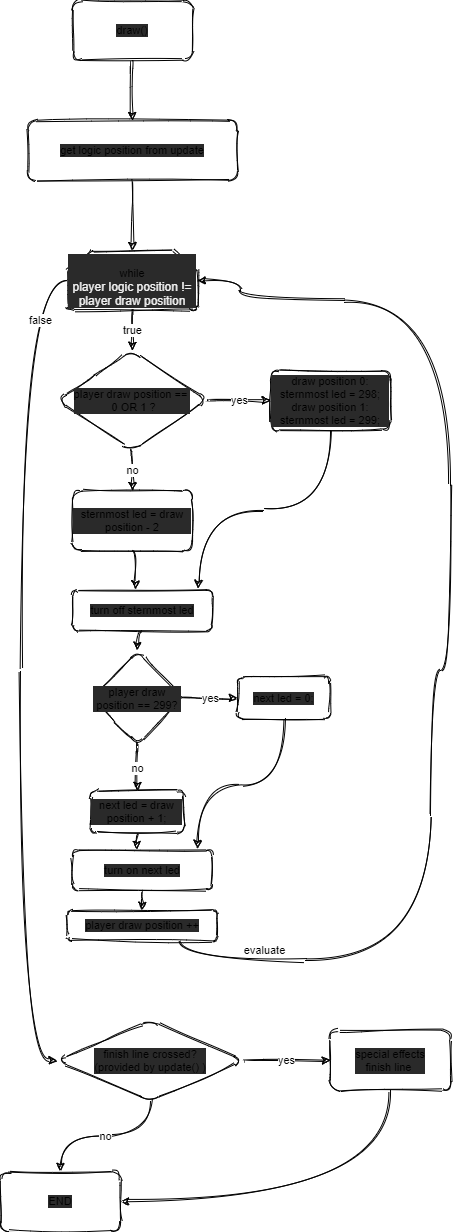
The draw.io diagram Doku/Diagramme/function_drawV2.png in cptwtf/ledrace, before a commit. Source tidied: cells renumbered, new cells last; positions are measured from the earlier drawing's top-left corner, leaving out a move shared by most shapes.
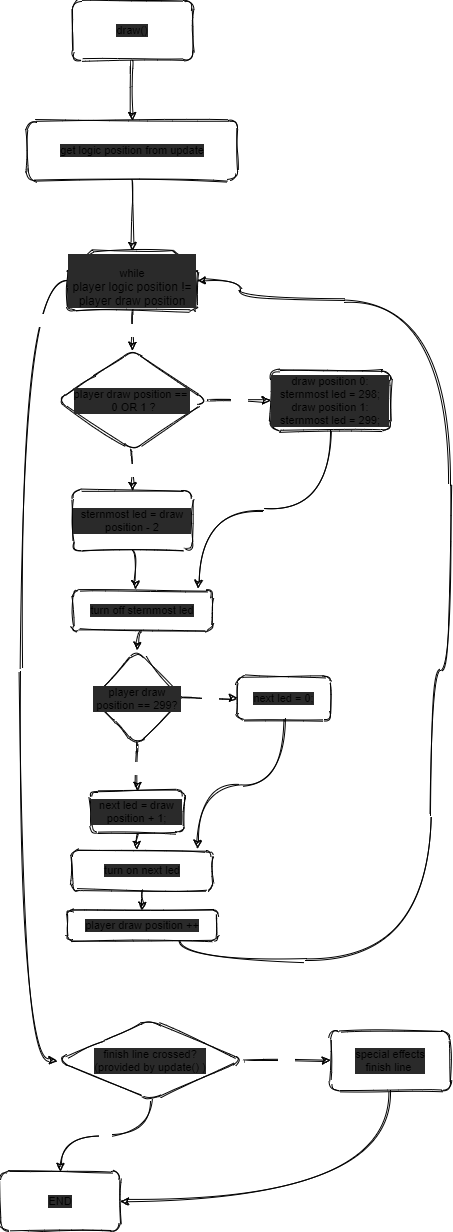
After the change.

The edit, as a diff of the source:
```diff
@@ -2,37 +2,37 @@
   <root>
     <mxCell id="0" />
     <mxCell id="1" parent="0" />
-    <mxCell id="2" style="edgeStyle=orthogonalEdgeStyle;curved=1;rounded=1;sketch=1;jettySize=auto;html=1;entryX=0.5;entryY=0;entryDx=0;entryDy=0;shadow=0;" parent="1" edge="1" source="3" target="5">
+    <mxCell id="2" style="edgeStyle=orthogonalEdgeStyle;curved=1;rounded=1;sketch=1;jettySize=auto;html=1;entryX=0.5;entryY=0;entryDx=0;entryDy=0;shadow=0;fontColor=#FFFFFF;fillColor=none;" parent="1" edge="1" source="3" target="5">
       <mxGeometry relative="1" as="geometry" />
     </mxCell>
-    <mxCell id="3" value="draw()" style="rounded=1;whiteSpace=wrap;html=1;shadow=0;sketch=1;fontSize=11;labelBackgroundColor=#2a2a2a;endArrow=classic;" parent="1" vertex="1">
+    <mxCell id="3" value="draw()" style="rounded=1;whiteSpace=wrap;html=1;shadow=0;sketch=1;fontSize=11;labelBackgroundColor=#2a2a2a;endArrow=classic;fillColor=none;" parent="1" vertex="1">
       <mxGeometry x="71.9" width="120" height="60" as="geometry" />
     </mxCell>
-    <mxCell id="4" style="edgeStyle=orthogonalEdgeStyle;curved=1;rounded=1;sketch=1;jettySize=auto;html=1;exitX=0.5;exitY=1;exitDx=0;exitDy=0;shadow=0;entryX=0.5;entryY=0;entryDx=0;entryDy=0;entryPerimeter=0;" parent="1" edge="1" source="5" target="13">
+    <mxCell id="4" style="edgeStyle=orthogonalEdgeStyle;curved=1;rounded=1;sketch=1;jettySize=auto;html=1;exitX=0.5;exitY=1;exitDx=0;exitDy=0;shadow=0;entryX=0.5;entryY=0;entryDx=0;entryDy=0;entryPerimeter=0;fontColor=#FFFFFF;fillColor=none;" parent="1" edge="1" source="5" target="13">
       <mxGeometry relative="1" as="geometry" />
     </mxCell>
-    <mxCell id="5" value="get logic position from update" style="rounded=1;whiteSpace=wrap;html=1;shadow=0;sketch=1;fontSize=11;labelBackgroundColor=#2a2a2a;endArrow=classic;" parent="1" vertex="1">
+    <mxCell id="5" value="get logic position from update" style="rounded=1;whiteSpace=wrap;html=1;shadow=0;sketch=1;fontSize=11;labelBackgroundColor=#2a2a2a;endArrow=classic;fillColor=none;" parent="1" vertex="1">
       <mxGeometry x="26.9" y="120" width="210" height="60" as="geometry" />
     </mxCell>
-    <mxCell id="6" value="yes" style="edgeStyle=orthogonalEdgeStyle;curved=1;rounded=1;sketch=1;jettySize=auto;html=1;exitX=1;exitY=0.5;exitDx=0;exitDy=0;entryX=0;entryY=0.5;entryDx=0;entryDy=0;shadow=0;" parent="1" edge="1" source="8" target="10">
+    <mxCell id="6" value="yes" style="edgeStyle=orthogonalEdgeStyle;curved=1;rounded=1;sketch=1;jettySize=auto;html=1;exitX=1;exitY=0.5;exitDx=0;exitDy=0;entryX=0;entryY=0.5;entryDx=0;entryDy=0;shadow=0;fontColor=#FFFFFF;fillColor=none;" parent="1" edge="1" source="8" target="10">
       <mxGeometry relative="1" as="geometry" />
     </mxCell>
-    <mxCell id="7" value="no" style="edgeStyle=orthogonalEdgeStyle;curved=1;rounded=1;sketch=1;jettySize=auto;html=1;exitX=0.5;exitY=1;exitDx=0;exitDy=0;shadow=0;entryX=0.5;entryY=0;entryDx=0;entryDy=0;" parent="1" edge="1" source="8" target="11">
+    <mxCell id="7" value="no" style="edgeStyle=orthogonalEdgeStyle;curved=1;rounded=1;sketch=1;jettySize=auto;html=1;exitX=0.5;exitY=1;exitDx=0;exitDy=0;shadow=0;entryX=0.5;entryY=0;entryDx=0;entryDy=0;fontColor=#FFFFFF;fillColor=none;" parent="1" edge="1" source="8" target="11">
       <mxGeometry relative="1" as="geometry" />
     </mxCell>
-    <mxCell id="8" value="finish line crossed?&lt;br&gt;(provided by update() )" style="rhombus;whiteSpace=wrap;html=1;rounded=1;shadow=0;sketch=1;fontSize=11;labelBackgroundColor=#2a2a2a;endArrow=classic;" parent="1" vertex="1">
+    <mxCell id="8" value="finish line crossed?&lt;br&gt;(provided by update() )" style="rhombus;whiteSpace=wrap;html=1;rounded=1;shadow=0;sketch=1;fontSize=11;labelBackgroundColor=#2a2a2a;endArrow=classic;fillColor=none;" parent="1" vertex="1">
       <mxGeometry x="56.9" y="1020" width="186.2" height="80" as="geometry" />
     </mxCell>
-    <mxCell id="9" style="edgeStyle=orthogonalEdgeStyle;curved=1;rounded=1;sketch=1;jettySize=auto;html=1;exitX=0.5;exitY=1;exitDx=0;exitDy=0;entryX=1;entryY=0.5;entryDx=0;entryDy=0;shadow=0;" parent="1" edge="1" source="10" target="11">
+    <mxCell id="9" style="edgeStyle=orthogonalEdgeStyle;curved=1;rounded=1;sketch=1;jettySize=auto;html=1;exitX=0.5;exitY=1;exitDx=0;exitDy=0;entryX=1;entryY=0.5;entryDx=0;entryDy=0;shadow=0;fontColor=#FFFFFF;fillColor=none;" parent="1" edge="1" source="10" target="11">
       <mxGeometry relative="1" as="geometry" />
     </mxCell>
-    <mxCell id="10" value="special effects&lt;br&gt;finish line&amp;nbsp;" style="rounded=1;whiteSpace=wrap;html=1;shadow=0;sketch=1;fontSize=11;labelBackgroundColor=#2a2a2a;endArrow=classic;" parent="1" vertex="1">
+    <mxCell id="10" value="special effects&lt;br&gt;finish line&amp;nbsp;" style="rounded=1;whiteSpace=wrap;html=1;shadow=0;sketch=1;fontSize=11;labelBackgroundColor=#2a2a2a;endArrow=classic;fillColor=none;" parent="1" vertex="1">
       <mxGeometry x="330" y="1030" width="120" height="60" as="geometry" />
     </mxCell>
-    <mxCell id="11" value="END" style="rounded=1;whiteSpace=wrap;html=1;shadow=0;sketch=1;fontSize=11;labelBackgroundColor=#2a2a2a;endArrow=classic;" parent="1" vertex="1">
+    <mxCell id="11" value="END" style="rounded=1;whiteSpace=wrap;html=1;shadow=0;sketch=1;fontSize=11;labelBackgroundColor=#2a2a2a;endArrow=classic;fillColor=none;" parent="1" vertex="1">
       <mxGeometry y="1171" width="120" height="60" as="geometry" />
     </mxCell>
-    <mxCell id="12" value="false" style="edgeStyle=orthogonalEdgeStyle;curved=1;sketch=1;jettySize=auto;html=1;exitX=0;exitY=0.5;exitDx=0;exitDy=0;exitPerimeter=0;entryX=0;entryY=0.5;entryDx=0;entryDy=0;shadow=0;" parent="1" edge="1" source="13" target="8">
+    <mxCell id="12" value="false" style="edgeStyle=orthogonalEdgeStyle;curved=1;sketch=1;jettySize=auto;html=1;exitX=0;exitY=0.5;exitDx=0;exitDy=0;exitPerimeter=0;entryX=0;entryY=0.5;entryDx=0;entryDy=0;shadow=0;fontColor=#FFFFFF;fillColor=none;" parent="1" edge="1" source="13" target="8">
       <mxGeometry x="-0.8" y="20" relative="1" as="geometry">
         <Array as="points">
           <mxPoint x="20" y="280" />
@@ -40,10 +40,10 @@
         </Array>
       </mxGeometry>
     </mxCell>
-    <mxCell id="13" value="&lt;br&gt;while&lt;br&gt;&lt;span style=&quot;color: rgb(240 , 240 , 240) ; font-family: &amp;#34;helvetica&amp;#34; ; font-size: 12px ; font-style: normal ; font-weight: 400 ; letter-spacing: normal ; text-align: center ; text-indent: 0px ; text-transform: none ; word-spacing: 0px ; background-color: rgb(42 , 42 , 42) ; display: inline ; float: none&quot;&gt;player logic position != player draw position&lt;/span&gt;" style="html=1;shape=mxgraph.flowchart.loop_limit;whiteSpace=wrap;rounded=1;shadow=0;fontSize=11;labelBackgroundColor=#2a2a2a;endArrow=classic;sketch=1;" parent="1" vertex="1">
+    <mxCell id="13" value="&lt;br&gt;while&lt;br&gt;&lt;span style=&quot;font-family: helvetica; font-size: 12px; font-style: normal; font-weight: 400; letter-spacing: normal; text-align: center; text-indent: 0px; text-transform: none; word-spacing: 0px; background-color: rgb(42, 42, 42); display: inline; float: none;&quot;&gt;player logic position != player draw position&lt;/span&gt;" style="html=1;shape=mxgraph.flowchart.loop_limit;whiteSpace=wrap;rounded=1;shadow=0;fontSize=11;labelBackgroundColor=#2a2a2a;endArrow=classic;sketch=1;fillColor=none;" parent="1" vertex="1">
       <mxGeometry x="66.9" y="250" width="130" height="60" as="geometry" />
     </mxCell>
-    <mxCell id="14" value="evaluate" style="edgeStyle=orthogonalEdgeStyle;curved=1;sketch=1;jettySize=auto;html=1;entryX=1;entryY=0.5;entryDx=0;entryDy=0;entryPerimeter=0;shadow=0;exitX=0.75;exitY=1;exitDx=0;exitDy=0;" parent="1" edge="1" source="34" target="13">
+    <mxCell id="14" value="evaluate" style="edgeStyle=orthogonalEdgeStyle;curved=1;sketch=1;jettySize=auto;html=1;entryX=1;entryY=0.5;entryDx=0;entryDy=0;entryPerimeter=0;shadow=0;exitX=0.75;exitY=1;exitDx=0;exitDy=0;fontColor=#FFFFFF;fillColor=none;" parent="1" edge="1" source="34" target="13">
       <mxGeometry x="-0.83" y="10" relative="1" as="geometry">
         <Array as="points">
           <mxPoint x="179" y="960" />
@@ -56,64 +56,64 @@
         </Array>
       </mxGeometry>
     </mxCell>
-    <mxCell id="15" style="edgeStyle=orthogonalEdgeStyle;curved=1;sketch=1;jettySize=auto;html=1;exitX=0.5;exitY=1;exitDx=0;exitDy=0;entryX=1;entryY=0.5;entryDx=0;entryDy=0;shadow=0;" parent="1" edge="1" source="16" target="27">
+    <mxCell id="15" style="edgeStyle=orthogonalEdgeStyle;curved=1;sketch=1;jettySize=auto;html=1;exitX=0.5;exitY=1;exitDx=0;exitDy=0;entryX=1;entryY=0.5;entryDx=0;entryDy=0;shadow=0;fontColor=#FFFFFF;fillColor=none;" parent="1" edge="1" source="16" target="27">
       <mxGeometry relative="1" as="geometry" />
     </mxCell>
-    <mxCell id="16" value="turn off sternmost led" style="rounded=1;whiteSpace=wrap;html=1;shadow=0;fontSize=11;labelBackgroundColor=#2a2a2a;endArrow=classic;sketch=1;" parent="1" vertex="1">
+    <mxCell id="16" value="turn off sternmost led" style="rounded=1;whiteSpace=wrap;html=1;shadow=0;fontSize=11;labelBackgroundColor=#2a2a2a;endArrow=classic;sketch=1;fillColor=none;" parent="1" vertex="1">
       <mxGeometry x="71.9" y="590" width="140" height="40" as="geometry" />
     </mxCell>
-    <mxCell id="17" value="yes" style="edgeStyle=orthogonalEdgeStyle;curved=1;sketch=1;jettySize=auto;html=1;exitX=1;exitY=0.5;exitDx=0;exitDy=0;entryX=0;entryY=0.5;entryDx=0;entryDy=0;shadow=0;" parent="1" edge="1" source="18" target="24">
+    <mxCell id="17" value="yes" style="edgeStyle=orthogonalEdgeStyle;curved=1;sketch=1;jettySize=auto;html=1;exitX=1;exitY=0.5;exitDx=0;exitDy=0;entryX=0;entryY=0.5;entryDx=0;entryDy=0;shadow=0;fontColor=#FFFFFF;fillColor=none;" parent="1" edge="1" source="18" target="24">
       <mxGeometry relative="1" as="geometry" />
     </mxCell>
-    <mxCell id="18" value="player draw position ==&amp;nbsp;&lt;br&gt;&amp;nbsp;0 OR 1 ?" style="rhombus;whiteSpace=wrap;html=1;rounded=1;shadow=0;fontSize=11;labelBackgroundColor=#2a2a2a;endArrow=classic;sketch=1;" parent="1" vertex="1">
+    <mxCell id="18" value="player draw position ==&amp;nbsp;&lt;br&gt;&amp;nbsp;0 OR 1 ?" style="rhombus;whiteSpace=wrap;html=1;rounded=1;shadow=0;fontSize=11;labelBackgroundColor=#2a2a2a;endArrow=classic;sketch=1;fillColor=none;" parent="1" vertex="1">
       <mxGeometry x="56.9" y="350" width="150" height="100" as="geometry" />
     </mxCell>
-    <mxCell id="19" value="true" style="edgeStyle=orthogonalEdgeStyle;curved=1;sketch=1;jettySize=auto;html=1;exitX=0.5;exitY=1;exitDx=0;exitDy=0;exitPerimeter=0;entryX=0.5;entryY=0;entryDx=0;entryDy=0;shadow=0;" parent="1" edge="1" source="13" target="18">
+    <mxCell id="19" value="true" style="edgeStyle=orthogonalEdgeStyle;curved=1;sketch=1;jettySize=auto;html=1;exitX=0.5;exitY=1;exitDx=0;exitDy=0;exitPerimeter=0;entryX=0.5;entryY=0;entryDx=0;entryDy=0;shadow=0;fontColor=#FFFFFF;fillColor=none;" parent="1" edge="1" source="13" target="18">
       <mxGeometry relative="1" as="geometry" />
     </mxCell>
-    <mxCell id="20" style="edgeStyle=orthogonalEdgeStyle;curved=1;sketch=1;jettySize=auto;html=1;exitX=0.5;exitY=1;exitDx=0;exitDy=0;entryX=0.452;entryY=-0.033;entryDx=0;entryDy=0;entryPerimeter=0;shadow=0;" parent="1" edge="1" source="21" target="16">
+    <mxCell id="20" style="edgeStyle=orthogonalEdgeStyle;curved=1;sketch=1;jettySize=auto;html=1;exitX=0.5;exitY=1;exitDx=0;exitDy=0;entryX=0.452;entryY=-0.033;entryDx=0;entryDy=0;entryPerimeter=0;shadow=0;fontColor=#FFFFFF;fillColor=none;" parent="1" edge="1" source="21" target="16">
       <mxGeometry relative="1" as="geometry" />
     </mxCell>
-    <mxCell id="21" value="sternmost led = draw position - 2" style="rounded=1;whiteSpace=wrap;html=1;shadow=0;fontSize=11;labelBackgroundColor=#2a2a2a;endArrow=classic;sketch=1;" parent="1" vertex="1">
+    <mxCell id="21" value="sternmost led = draw position - 2" style="rounded=1;whiteSpace=wrap;html=1;shadow=0;fontSize=11;labelBackgroundColor=#2a2a2a;endArrow=classic;sketch=1;fillColor=none;" parent="1" vertex="1">
       <mxGeometry x="71.9" y="490" width="120" height="60" as="geometry" />
     </mxCell>
-    <mxCell id="22" value="no" style="edgeStyle=orthogonalEdgeStyle;curved=1;sketch=1;jettySize=auto;html=1;exitX=0.5;exitY=1;exitDx=0;exitDy=0;exitPerimeter=0;entryX=0.5;entryY=0;entryDx=0;entryDy=0;shadow=0;" parent="1" edge="1" source="18" target="21">
+    <mxCell id="22" value="no" style="edgeStyle=orthogonalEdgeStyle;curved=1;sketch=1;jettySize=auto;html=1;exitX=0.5;exitY=1;exitDx=0;exitDy=0;exitPerimeter=0;entryX=0.5;entryY=0;entryDx=0;entryDy=0;shadow=0;fontColor=#FFFFFF;fillColor=none;" parent="1" edge="1" source="18" target="21">
       <mxGeometry relative="1" as="geometry" />
     </mxCell>
-    <mxCell id="23" style="edgeStyle=orthogonalEdgeStyle;curved=1;sketch=1;jettySize=auto;html=1;exitX=0.5;exitY=1;exitDx=0;exitDy=0;entryX=0.9;entryY=-0.05;entryDx=0;entryDy=0;entryPerimeter=0;shadow=0;" parent="1" edge="1" source="24" target="16">
+    <mxCell id="23" style="edgeStyle=orthogonalEdgeStyle;curved=1;sketch=1;jettySize=auto;html=1;exitX=0.5;exitY=1;exitDx=0;exitDy=0;entryX=0.9;entryY=-0.05;entryDx=0;entryDy=0;entryPerimeter=0;shadow=0;fontColor=#FFFFFF;fillColor=none;" parent="1" edge="1" source="24" target="16">
       <mxGeometry relative="1" as="geometry" />
     </mxCell>
-    <mxCell id="24" value="draw position 0: sternmost led = 298;&lt;br&gt;draw position 1:&lt;br&gt;sternmost led = 299;" style="rounded=1;whiteSpace=wrap;html=1;shadow=0;fontSize=11;labelBackgroundColor=#2a2a2a;endArrow=classic;sketch=1;" parent="1" vertex="1">
+    <mxCell id="24" value="draw position 0: sternmost led = 298;&lt;br&gt;draw position 1:&lt;br&gt;sternmost led = 299;" style="rounded=1;whiteSpace=wrap;html=1;shadow=0;fontSize=11;labelBackgroundColor=#2a2a2a;endArrow=classic;sketch=1;fillColor=none;" parent="1" vertex="1">
       <mxGeometry x="270" y="370" width="120" height="60" as="geometry" />
     </mxCell>
-    <mxCell id="25" value="yes" style="edgeStyle=orthogonalEdgeStyle;curved=1;sketch=1;jettySize=auto;html=1;exitX=0.5;exitY=1;exitDx=0;exitDy=0;shadow=0;entryX=0;entryY=0.5;entryDx=0;entryDy=0;" parent="1" edge="1" source="27" target="29">
+    <mxCell id="25" value="yes" style="edgeStyle=orthogonalEdgeStyle;curved=1;sketch=1;jettySize=auto;html=1;exitX=0.5;exitY=1;exitDx=0;exitDy=0;shadow=0;entryX=0;entryY=0.5;entryDx=0;entryDy=0;fontColor=#FFFFFF;fillColor=none;" parent="1" edge="1" source="27" target="29">
       <mxGeometry relative="1" as="geometry" />
     </mxCell>
-    <mxCell id="26" value="no" style="edgeStyle=orthogonalEdgeStyle;curved=1;sketch=1;jettySize=auto;html=1;exitX=0;exitY=0.5;exitDx=0;exitDy=0;shadow=0;entryX=0.5;entryY=0;entryDx=0;entryDy=0;" parent="1" edge="1" source="27" target="31">
+    <mxCell id="26" value="no" style="edgeStyle=orthogonalEdgeStyle;curved=1;sketch=1;jettySize=auto;html=1;exitX=0;exitY=0.5;exitDx=0;exitDy=0;shadow=0;entryX=0.5;entryY=0;entryDx=0;entryDy=0;fontColor=#FFFFFF;fillColor=none;" parent="1" edge="1" source="27" target="31">
       <mxGeometry relative="1" as="geometry" />
     </mxCell>
-    <mxCell id="27" value="player draw position == 299?" style="rhombus;whiteSpace=wrap;html=1;direction=north;rounded=1;shadow=0;fontSize=11;labelBackgroundColor=#2a2a2a;endArrow=classic;sketch=1;" parent="1" vertex="1">
+    <mxCell id="27" value="player draw position == 299?" style="rhombus;whiteSpace=wrap;html=1;direction=north;rounded=1;shadow=0;fontSize=11;labelBackgroundColor=#2a2a2a;endArrow=classic;sketch=1;fillColor=none;" parent="1" vertex="1">
       <mxGeometry x="91.9" y="650" width="90" height="95" as="geometry" />
     </mxCell>
-    <mxCell id="28" style="edgeStyle=orthogonalEdgeStyle;curved=1;sketch=1;jettySize=auto;html=1;exitX=0.5;exitY=1;exitDx=0;exitDy=0;entryX=0.894;entryY=-0.05;entryDx=0;entryDy=0;entryPerimeter=0;shadow=0;" parent="1" edge="1" source="29" target="33">
+    <mxCell id="28" style="edgeStyle=orthogonalEdgeStyle;curved=1;sketch=1;jettySize=auto;html=1;exitX=0.5;exitY=1;exitDx=0;exitDy=0;entryX=0.894;entryY=-0.05;entryDx=0;entryDy=0;entryPerimeter=0;shadow=0;fontColor=#FFFFFF;fillColor=none;" parent="1" edge="1" source="29" target="33">
       <mxGeometry relative="1" as="geometry" />
     </mxCell>
-    <mxCell id="29" value="next led = 0;" style="rounded=1;whiteSpace=wrap;html=1;shadow=0;fontSize=11;labelBackgroundColor=#2a2a2a;endArrow=classic;sketch=1;" parent="1" vertex="1">
+    <mxCell id="29" value="next led = 0;" style="rounded=1;whiteSpace=wrap;html=1;shadow=0;fontSize=11;labelBackgroundColor=#2a2a2a;endArrow=classic;sketch=1;fillColor=none;" parent="1" vertex="1">
       <mxGeometry x="236.9" y="676.2" width="93.1" height="42.5" as="geometry" />
     </mxCell>
-    <mxCell id="30" style="edgeStyle=orthogonalEdgeStyle;curved=1;sketch=1;jettySize=auto;html=1;exitX=0.5;exitY=1;exitDx=0;exitDy=0;entryX=0.458;entryY=-0.025;entryDx=0;entryDy=0;entryPerimeter=0;shadow=0;" parent="1" edge="1" source="31" target="33">
+    <mxCell id="30" style="edgeStyle=orthogonalEdgeStyle;curved=1;sketch=1;jettySize=auto;html=1;exitX=0.5;exitY=1;exitDx=0;exitDy=0;entryX=0.458;entryY=-0.025;entryDx=0;entryDy=0;entryPerimeter=0;shadow=0;fontColor=#FFFFFF;fillColor=none;" parent="1" edge="1" source="31" target="33">
       <mxGeometry relative="1" as="geometry" />
     </mxCell>
-    <mxCell id="31" value="next led = draw position + 1;" style="rounded=1;whiteSpace=wrap;html=1;shadow=0;fontSize=11;labelBackgroundColor=#2a2a2a;endArrow=classic;sketch=1;" parent="1" vertex="1">
+    <mxCell id="31" value="next led = draw position + 1;" style="rounded=1;whiteSpace=wrap;html=1;shadow=0;fontSize=11;labelBackgroundColor=#2a2a2a;endArrow=classic;sketch=1;fillColor=none;" parent="1" vertex="1">
       <mxGeometry x="90.3" y="790" width="93.1" height="42.5" as="geometry" />
     </mxCell>
-    <mxCell id="32" style="edgeStyle=orthogonalEdgeStyle;curved=1;sketch=1;jettySize=auto;html=1;exitX=0.5;exitY=1;exitDx=0;exitDy=0;entryX=0.5;entryY=0;entryDx=0;entryDy=0;shadow=0;" parent="1" edge="1" source="33" target="34">
+    <mxCell id="32" style="edgeStyle=orthogonalEdgeStyle;curved=1;sketch=1;jettySize=auto;html=1;exitX=0.5;exitY=1;exitDx=0;exitDy=0;entryX=0.5;entryY=0;entryDx=0;entryDy=0;shadow=0;fontColor=#FFFFFF;fillColor=none;" parent="1" edge="1" source="33" target="34">
       <mxGeometry relative="1" as="geometry" />
     </mxCell>
-    <mxCell id="33" value="turn on next led" style="rounded=1;whiteSpace=wrap;html=1;shadow=0;fontSize=11;labelBackgroundColor=#2a2a2a;endArrow=classic;sketch=1;" parent="1" vertex="1">
+    <mxCell id="33" value="turn on next led" style="rounded=1;whiteSpace=wrap;html=1;shadow=0;fontSize=11;labelBackgroundColor=#2a2a2a;endArrow=classic;sketch=1;fillColor=none;" parent="1" vertex="1">
       <mxGeometry x="71.9" y="850" width="140" height="40" as="geometry" />
     </mxCell>
-    <mxCell id="34" value="player draw position ++" style="rounded=1;whiteSpace=wrap;html=1;shadow=0;fontSize=11;labelBackgroundColor=#2a2a2a;endArrow=classic;sketch=1;" parent="1" vertex="1">
+    <mxCell id="34" value="player draw position ++" style="rounded=1;whiteSpace=wrap;html=1;shadow=0;fontSize=11;labelBackgroundColor=#2a2a2a;endArrow=classic;sketch=1;fillColor=none;" parent="1" vertex="1">
       <mxGeometry x="66.9" y="910" width="150" height="30" as="geometry" />
     </mxCell>
   </root>
```
